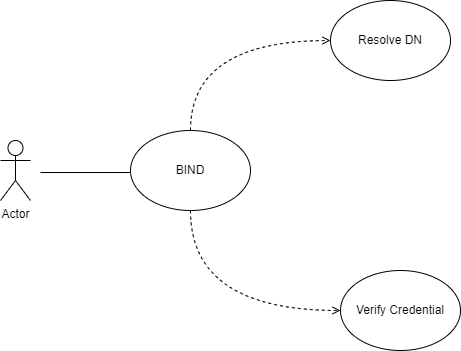
The draw.io diagram Use Case 1 - Bind.drawio.png in bartelsjoshuac/SAPG, before a commit. Source tidied: cells renumbered, new cells last; positions are measured from the earlier drawing's top-left corner, leaving out a move shared by most shapes. Source of this version:
```xml
<mxGraphModel>
  <root>
    <mxCell id="0" />
    <mxCell id="1" parent="0" />
    <mxCell id="2" style="endArrow=none;html=1;" parent="1" edge="1">
      <mxGeometry relative="1" as="geometry">
        <mxPoint x="40" y="172" as="sourcePoint" />
        <mxPoint x="130" y="172" as="targetPoint" />
      </mxGeometry>
    </mxCell>
    <mxCell id="3" style="edgeStyle=orthogonalEdgeStyle;rounded=1;jettySize=auto;html=1;entryX=0;entryY=0.5;entryDx=0;entryDy=0;dashed=1;strokeWidth=1;endFill=0;endArrow=open;curved=1;exitX=0.5;exitY=0;exitDx=0;exitDy=0;" parent="1" edge="1" source="4" target="7">
      <mxGeometry relative="1" as="geometry" />
    </mxCell>
    <mxCell id="4" value="BIND" style="ellipse;whiteSpace=wrap;html=1;fillColor=#FFFFFF;" parent="1" vertex="1">
      <mxGeometry x="130" y="130" width="120" height="80" as="geometry" />
    </mxCell>
    <mxCell id="5" value="Verify Credential" style="ellipse;whiteSpace=wrap;html=1;fillColor=#FFFFFF;" parent="1" vertex="1">
      <mxGeometry x="340" y="270" width="120" height="80" as="geometry" />
    </mxCell>
    <mxCell id="6" style="endArrow=open;dashed=1;html=1;entryX=0;entryY=0.5;entryDx=0;entryDy=0;edgeStyle=orthogonalEdgeStyle;curved=1;endFill=0;strokeWidth=1;exitX=0.5;exitY=1;exitDx=0;exitDy=0;" parent="1" edge="1" source="4" target="5">
      <mxGeometry relative="1" as="geometry" />
    </mxCell>
    <mxCell id="7" value="Resolve DN" style="ellipse;whiteSpace=wrap;html=1;" parent="1" vertex="1">
      <mxGeometry x="330" width="120" height="80" as="geometry" />
    </mxCell>
    <mxCell id="8" value="Actor" style="shape=umlActor;verticalLabelPosition=bottom;verticalAlign=top;html=1;" parent="1" vertex="1">
      <mxGeometry y="140" width="30" height="60" as="geometry" />
    </mxCell>
  </root>
</mxGraphModel>
```
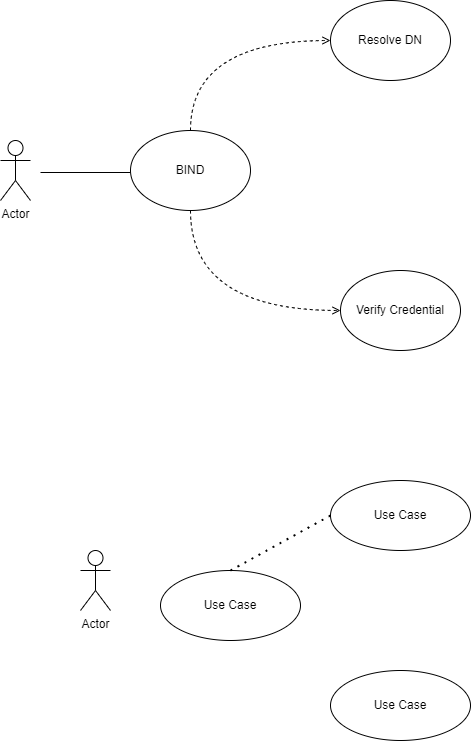
After the commit.

What changed in the source:
```diff
@@ -26,5 +26,20 @@
     <mxCell id="8" value="Actor" style="shape=umlActor;verticalLabelPosition=bottom;verticalAlign=top;html=1;" parent="1" vertex="1">
       <mxGeometry y="140" width="30" height="60" as="geometry" />
     </mxCell>
+    <mxCell id="9" value="Use Case" style="ellipse;whiteSpace=wrap;html=1;" parent="1" vertex="1">
+      <mxGeometry x="330" y="480" width="140" height="70" as="geometry" />
+    </mxCell>
+    <mxCell id="10" value="Use Case" style="ellipse;whiteSpace=wrap;html=1;" parent="1" vertex="1">
+      <mxGeometry x="330" y="670" width="140" height="70" as="geometry" />
+    </mxCell>
+    <mxCell id="11" value="Actor" style="shape=umlActor;verticalLabelPosition=bottom;verticalAlign=top;html=1;" parent="1" vertex="1">
+      <mxGeometry x="80" y="550" width="30" height="60" as="geometry" />
+    </mxCell>
+    <mxCell id="12" value="Use Case" style="ellipse;whiteSpace=wrap;html=1;" parent="1" vertex="1">
+      <mxGeometry x="160" y="570" width="140" height="70" as="geometry" />
+    </mxCell>
+    <mxCell id="13" style="endArrow=none;dashed=1;html=1;dashPattern=1 3;strokeWidth=2;rounded=0;entryX=0;entryY=0.5;entryDx=0;entryDy=0;exitX=0.5;exitY=0;exitDx=0;exitDy=0;" parent="1" edge="1" source="12" target="9">
+      <mxGeometry relative="1" as="geometry" />
+    </mxCell>
   </root>
 </mxGraphModel>
```
